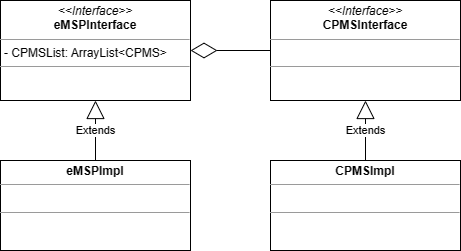
The draw.io diagram DD/Graphics/DD-bridge-pattern.drawio.png in federico-mandelli/CoriglianoMandelliPignataro, before a commit. Source tidied: cells renumbered, new cells last; positions are measured from the earlier drawing's top-left corner, leaving out a move shared by most shapes. Its diagram source:
```xml
<mxGraphModel>
  <root>
    <mxCell id="0" />
    <mxCell id="1" parent="0" />
    <mxCell id="2" value="Extends" style="endArrow=block;endSize=16;endFill=0;html=1;rounded=0;" parent="1" edge="1" source="8" target="6">
      <mxGeometry relative="1" as="geometry" />
    </mxCell>
    <mxCell id="3" value="Extends" style="endArrow=block;endSize=16;endFill=0;html=1;rounded=0;" parent="1" edge="1" source="7" target="5">
      <mxGeometry relative="1" as="geometry" />
    </mxCell>
    <mxCell id="4" style="endArrow=diamondThin;endFill=0;endSize=24;html=1;rounded=0;" parent="1" edge="1" source="6" target="5">
      <mxGeometry relative="1" as="geometry" />
    </mxCell>
    <mxCell id="5" value="&lt;p style=&quot;margin:0px;margin-top:4px;text-align:center;&quot;&gt;&lt;i&gt;&amp;lt;&amp;lt;Interface&amp;gt;&amp;gt;&lt;/i&gt;&lt;br&gt;&lt;b&gt;eMSPInterface&lt;/b&gt;&lt;/p&gt;&lt;hr size=&quot;1&quot;&gt;&lt;p style=&quot;margin:0px;margin-left:4px;&quot;&gt;- CPMSList: ArrayList&amp;lt;CPMS&amp;gt;&lt;br&gt;&lt;/p&gt;&lt;hr size=&quot;1&quot;&gt;&lt;p style=&quot;margin:0px;margin-left:4px;&quot;&gt;&lt;br&gt;&lt;/p&gt;" style="verticalAlign=top;align=left;overflow=fill;fontSize=12;fontFamily=Helvetica;html=1;" parent="1" vertex="1">
      <mxGeometry width="190" height="100" as="geometry" />
    </mxCell>
    <mxCell id="6" value="&lt;p style=&quot;margin:0px;margin-top:4px;text-align:center;&quot;&gt;&lt;i&gt;&amp;lt;&amp;lt;Interface&amp;gt;&amp;gt;&lt;/i&gt;&lt;br&gt;&lt;b&gt;CPMSInterface&lt;/b&gt;&lt;/p&gt;&lt;hr size=&quot;1&quot;&gt;&lt;p style=&quot;margin:0px;margin-left:4px;&quot;&gt;&lt;br&gt;&lt;/p&gt;&lt;hr size=&quot;1&quot;&gt;&lt;p style=&quot;margin:0px;margin-left:4px;&quot;&gt;&lt;br&gt;&lt;/p&gt;" style="verticalAlign=top;align=left;overflow=fill;fontSize=12;fontFamily=Helvetica;html=1;" parent="1" vertex="1">
      <mxGeometry x="270" width="190" height="100" as="geometry" />
    </mxCell>
    <mxCell id="7" value="&lt;p style=&quot;margin:0px;margin-top:4px;text-align:center;&quot;&gt;&lt;b&gt;eMSPImpl&lt;/b&gt;&lt;/p&gt;&lt;hr size=&quot;1&quot;&gt;&lt;p style=&quot;margin:0px;margin-left:4px;&quot;&gt;&lt;br&gt;&lt;/p&gt;&lt;hr size=&quot;1&quot;&gt;&lt;p style=&quot;margin:0px;margin-left:4px;&quot;&gt;&lt;br&gt;&lt;/p&gt;" style="verticalAlign=top;align=left;overflow=fill;fontSize=12;fontFamily=Helvetica;html=1;" parent="1" vertex="1">
      <mxGeometry y="160" width="190" height="90" as="geometry" />
    </mxCell>
    <mxCell id="8" value="&lt;p style=&quot;margin:0px;margin-top:4px;text-align:center;&quot;&gt;&lt;b&gt;CPMSImpl&lt;/b&gt;&lt;/p&gt;&lt;hr size=&quot;1&quot;&gt;&lt;p style=&quot;margin:0px;margin-left:4px;&quot;&gt;&lt;br&gt;&lt;/p&gt;&lt;hr size=&quot;1&quot;&gt;&lt;p style=&quot;margin:0px;margin-left:4px;&quot;&gt;&lt;br&gt;&lt;/p&gt;" style="verticalAlign=top;align=left;overflow=fill;fontSize=12;fontFamily=Helvetica;html=1;" parent="1" vertex="1">
      <mxGeometry x="270" y="160" width="190" height="90" as="geometry" />
    </mxCell>
  </root>
</mxGraphModel>
```
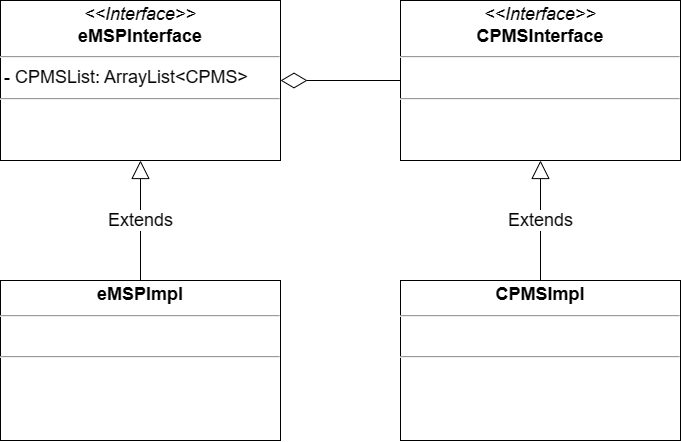
The same diagram one commit later.

The edit, as a diff of the source:
```diff
@@ -2,26 +2,26 @@
   <root>
     <mxCell id="0" />
     <mxCell id="1" parent="0" />
-    <mxCell id="2" value="Extends" style="endArrow=block;endSize=16;endFill=0;html=1;rounded=0;" parent="1" edge="1" source="8" target="6">
+    <mxCell id="2" value="Extends" style="endArrow=block;endSize=16;endFill=0;html=1;rounded=0;strokeWidth=1;fontSize=18;" parent="1" edge="1" source="8" target="6">
       <mxGeometry relative="1" as="geometry" />
     </mxCell>
-    <mxCell id="3" value="Extends" style="endArrow=block;endSize=16;endFill=0;html=1;rounded=0;" parent="1" edge="1" source="7" target="5">
+    <mxCell id="3" value="Extends" style="endArrow=block;endSize=16;endFill=0;html=1;rounded=0;strokeWidth=1;fontSize=18;" parent="1" edge="1" source="7" target="5">
       <mxGeometry relative="1" as="geometry" />
     </mxCell>
-    <mxCell id="4" style="endArrow=diamondThin;endFill=0;endSize=24;html=1;rounded=0;" parent="1" edge="1" source="6" target="5">
+    <mxCell id="4" style="endArrow=diamondThin;endFill=0;endSize=24;html=1;rounded=0;strokeWidth=1;fontSize=18;" parent="1" edge="1" source="6" target="5">
       <mxGeometry relative="1" as="geometry" />
     </mxCell>
-    <mxCell id="5" value="&lt;p style=&quot;margin:0px;margin-top:4px;text-align:center;&quot;&gt;&lt;i&gt;&amp;lt;&amp;lt;Interface&amp;gt;&amp;gt;&lt;/i&gt;&lt;br&gt;&lt;b&gt;eMSPInterface&lt;/b&gt;&lt;/p&gt;&lt;hr size=&quot;1&quot;&gt;&lt;p style=&quot;margin:0px;margin-left:4px;&quot;&gt;- CPMSList: ArrayList&amp;lt;CPMS&amp;gt;&lt;br&gt;&lt;/p&gt;&lt;hr size=&quot;1&quot;&gt;&lt;p style=&quot;margin:0px;margin-left:4px;&quot;&gt;&lt;br&gt;&lt;/p&gt;" style="verticalAlign=top;align=left;overflow=fill;fontSize=12;fontFamily=Helvetica;html=1;" parent="1" vertex="1">
-      <mxGeometry width="190" height="100" as="geometry" />
+    <mxCell id="5" value="&lt;p style=&quot;margin: 4px 0px 0px; text-align: center; font-size: 18px;&quot;&gt;&lt;i style=&quot;font-size: 18px;&quot;&gt;&amp;lt;&amp;lt;Interface&amp;gt;&amp;gt;&lt;/i&gt;&lt;br style=&quot;font-size: 18px;&quot;&gt;&lt;b style=&quot;font-size: 18px;&quot;&gt;eMSPInterface&lt;/b&gt;&lt;/p&gt;&lt;hr style=&quot;font-size: 18px;&quot;&gt;&lt;p style=&quot;margin: 0px 0px 0px 4px; font-size: 18px;&quot;&gt;- CPMSList: ArrayList&amp;lt;CPMS&amp;gt;&lt;br style=&quot;font-size: 18px;&quot;&gt;&lt;/p&gt;&lt;hr style=&quot;font-size: 18px;&quot;&gt;&lt;p style=&quot;margin: 0px 0px 0px 4px; font-size: 18px;&quot;&gt;&lt;br style=&quot;font-size: 18px;&quot;&gt;&lt;/p&gt;" style="verticalAlign=top;align=left;overflow=fill;fontSize=18;fontFamily=Helvetica;html=1;strokeWidth=1;" parent="1" vertex="1">
+      <mxGeometry x="-50" width="280" height="160" as="geometry" />
     </mxCell>
-    <mxCell id="6" value="&lt;p style=&quot;margin:0px;margin-top:4px;text-align:center;&quot;&gt;&lt;i&gt;&amp;lt;&amp;lt;Interface&amp;gt;&amp;gt;&lt;/i&gt;&lt;br&gt;&lt;b&gt;CPMSInterface&lt;/b&gt;&lt;/p&gt;&lt;hr size=&quot;1&quot;&gt;&lt;p style=&quot;margin:0px;margin-left:4px;&quot;&gt;&lt;br&gt;&lt;/p&gt;&lt;hr size=&quot;1&quot;&gt;&lt;p style=&quot;margin:0px;margin-left:4px;&quot;&gt;&lt;br&gt;&lt;/p&gt;" style="verticalAlign=top;align=left;overflow=fill;fontSize=12;fontFamily=Helvetica;html=1;" parent="1" vertex="1">
-      <mxGeometry x="270" width="190" height="100" as="geometry" />
+    <mxCell id="6" value="&lt;p style=&quot;margin: 4px 0px 0px; text-align: center; font-size: 18px;&quot;&gt;&lt;i style=&quot;font-size: 18px;&quot;&gt;&amp;lt;&amp;lt;Interface&amp;gt;&amp;gt;&lt;/i&gt;&lt;br style=&quot;font-size: 18px;&quot;&gt;&lt;b style=&quot;font-size: 18px;&quot;&gt;CPMSInterface&lt;/b&gt;&lt;/p&gt;&lt;hr style=&quot;font-size: 18px;&quot;&gt;&lt;p style=&quot;margin: 0px 0px 0px 4px; font-size: 18px;&quot;&gt;&lt;br style=&quot;font-size: 18px;&quot;&gt;&lt;/p&gt;&lt;hr style=&quot;font-size: 18px;&quot;&gt;&lt;p style=&quot;margin: 0px 0px 0px 4px; font-size: 18px;&quot;&gt;&lt;br style=&quot;font-size: 18px;&quot;&gt;&lt;/p&gt;" style="verticalAlign=top;align=left;overflow=fill;fontSize=18;fontFamily=Helvetica;html=1;strokeWidth=1;" parent="1" vertex="1">
+      <mxGeometry x="350" width="280" height="160" as="geometry" />
     </mxCell>
-    <mxCell id="7" value="&lt;p style=&quot;margin:0px;margin-top:4px;text-align:center;&quot;&gt;&lt;b&gt;eMSPImpl&lt;/b&gt;&lt;/p&gt;&lt;hr size=&quot;1&quot;&gt;&lt;p style=&quot;margin:0px;margin-left:4px;&quot;&gt;&lt;br&gt;&lt;/p&gt;&lt;hr size=&quot;1&quot;&gt;&lt;p style=&quot;margin:0px;margin-left:4px;&quot;&gt;&lt;br&gt;&lt;/p&gt;" style="verticalAlign=top;align=left;overflow=fill;fontSize=12;fontFamily=Helvetica;html=1;" parent="1" vertex="1">
-      <mxGeometry y="160" width="190" height="90" as="geometry" />
+    <mxCell id="7" value="&lt;p style=&quot;margin: 4px 0px 0px; text-align: center; font-size: 18px;&quot;&gt;&lt;b style=&quot;font-size: 18px;&quot;&gt;eMSPImpl&lt;/b&gt;&lt;/p&gt;&lt;hr style=&quot;font-size: 18px;&quot;&gt;&lt;p style=&quot;margin: 0px 0px 0px 4px; font-size: 18px;&quot;&gt;&lt;br style=&quot;font-size: 18px;&quot;&gt;&lt;/p&gt;&lt;hr style=&quot;font-size: 18px;&quot;&gt;&lt;p style=&quot;margin: 0px 0px 0px 4px; font-size: 18px;&quot;&gt;&lt;br style=&quot;font-size: 18px;&quot;&gt;&lt;/p&gt;" style="verticalAlign=top;align=left;overflow=fill;fontSize=18;fontFamily=Helvetica;html=1;strokeWidth=1;" parent="1" vertex="1">
+      <mxGeometry x="-50" y="280" width="280" height="160" as="geometry" />
     </mxCell>
-    <mxCell id="8" value="&lt;p style=&quot;margin:0px;margin-top:4px;text-align:center;&quot;&gt;&lt;b&gt;CPMSImpl&lt;/b&gt;&lt;/p&gt;&lt;hr size=&quot;1&quot;&gt;&lt;p style=&quot;margin:0px;margin-left:4px;&quot;&gt;&lt;br&gt;&lt;/p&gt;&lt;hr size=&quot;1&quot;&gt;&lt;p style=&quot;margin:0px;margin-left:4px;&quot;&gt;&lt;br&gt;&lt;/p&gt;" style="verticalAlign=top;align=left;overflow=fill;fontSize=12;fontFamily=Helvetica;html=1;" parent="1" vertex="1">
-      <mxGeometry x="270" y="160" width="190" height="90" as="geometry" />
+    <mxCell id="8" value="&lt;p style=&quot;margin: 4px 0px 0px; text-align: center; font-size: 18px;&quot;&gt;&lt;b style=&quot;font-size: 18px;&quot;&gt;CPMSImpl&lt;/b&gt;&lt;/p&gt;&lt;hr style=&quot;font-size: 18px;&quot;&gt;&lt;p style=&quot;margin: 0px 0px 0px 4px; font-size: 18px;&quot;&gt;&lt;br style=&quot;font-size: 18px;&quot;&gt;&lt;/p&gt;&lt;hr style=&quot;font-size: 18px;&quot;&gt;&lt;p style=&quot;margin: 0px 0px 0px 4px; font-size: 18px;&quot;&gt;&lt;br style=&quot;font-size: 18px;&quot;&gt;&lt;/p&gt;" style="verticalAlign=top;align=left;overflow=fill;fontSize=18;fontFamily=Helvetica;html=1;strokeWidth=1;" parent="1" vertex="1">
+      <mxGeometry x="350" y="280" width="280" height="160" as="geometry" />
     </mxCell>
   </root>
 </mxGraphModel>
```
